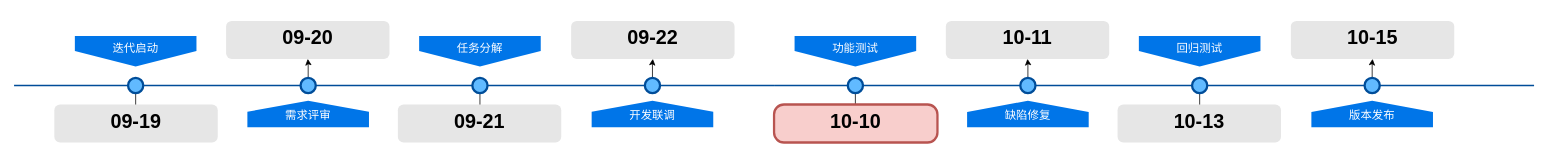
This is page "Page-2" (1 of 2) of 未命名绘图.drawio from warmsheep/my-example, a draw.io file, before an edit. Source tidied: cells renumbered, new cells numbered last; positions are measured from the earlier drawing's top-left corner, leaving out a move shared by most shapes. Both pictures are drawn from the tidied source at 76%, with x=0, y=0 at pixel (14, 21).
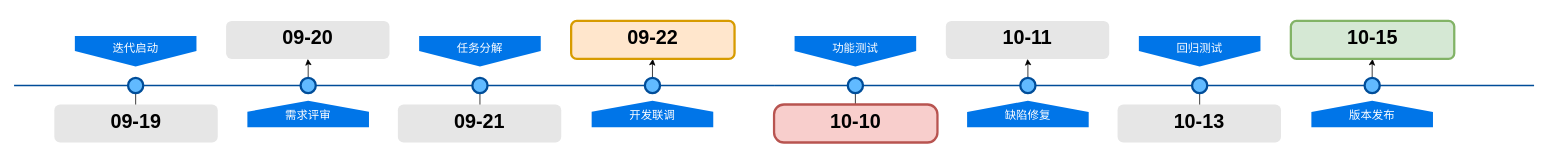
The same page after the edit.

Commit message:
更新未命名绘图.drawio

The edit, as a diff of the source:
```diff
@@
-    <mxCell id="18" value="&lt;h1&gt;09-22&lt;/h1&gt;" style="text;html=1;spacing=5;spacingTop=-20;whiteSpace=wrap;overflow=hidden;strokeColor=none;strokeWidth=3;fillColor=#E6E6E6;fontSize=13;fontColor=#000000;align=center;rounded=1;" parent="1" vertex="1">
+    <mxCell id="18" value="&lt;h1&gt;09-22&lt;/h1&gt;" style="text;html=1;spacing=5;spacingTop=-20;whiteSpace=wrap;overflow=hidden;strokeColor=#d79b00;strokeWidth=3;fillColor=#ffe6cc;fontSize=13;align=center;rounded=1;" parent="1" vertex="1">
       <mxGeometry x="733" width="215" height="50" as="geometry" />
     </mxCell>
@@
-    <mxCell id="35" value="&lt;h1&gt;10-15&lt;/h1&gt;" style="text;html=1;spacing=5;spacingTop=-20;whiteSpace=wrap;overflow=hidden;strokeColor=none;strokeWidth=3;fillColor=#E6E6E6;fontSize=13;fontColor=#000000;align=center;rounded=1;" parent="1" vertex="1">
+    <mxCell id="35" value="&lt;h1&gt;10-15&lt;/h1&gt;" style="text;html=1;spacing=5;spacingTop=-20;whiteSpace=wrap;overflow=hidden;strokeColor=#82b366;strokeWidth=3;fillColor=#d5e8d4;fontSize=13;align=center;rounded=1;" parent="1" vertex="1">
       <mxGeometry x="1680" width="215" height="50" as="geometry" />
     </mxCell>
```
